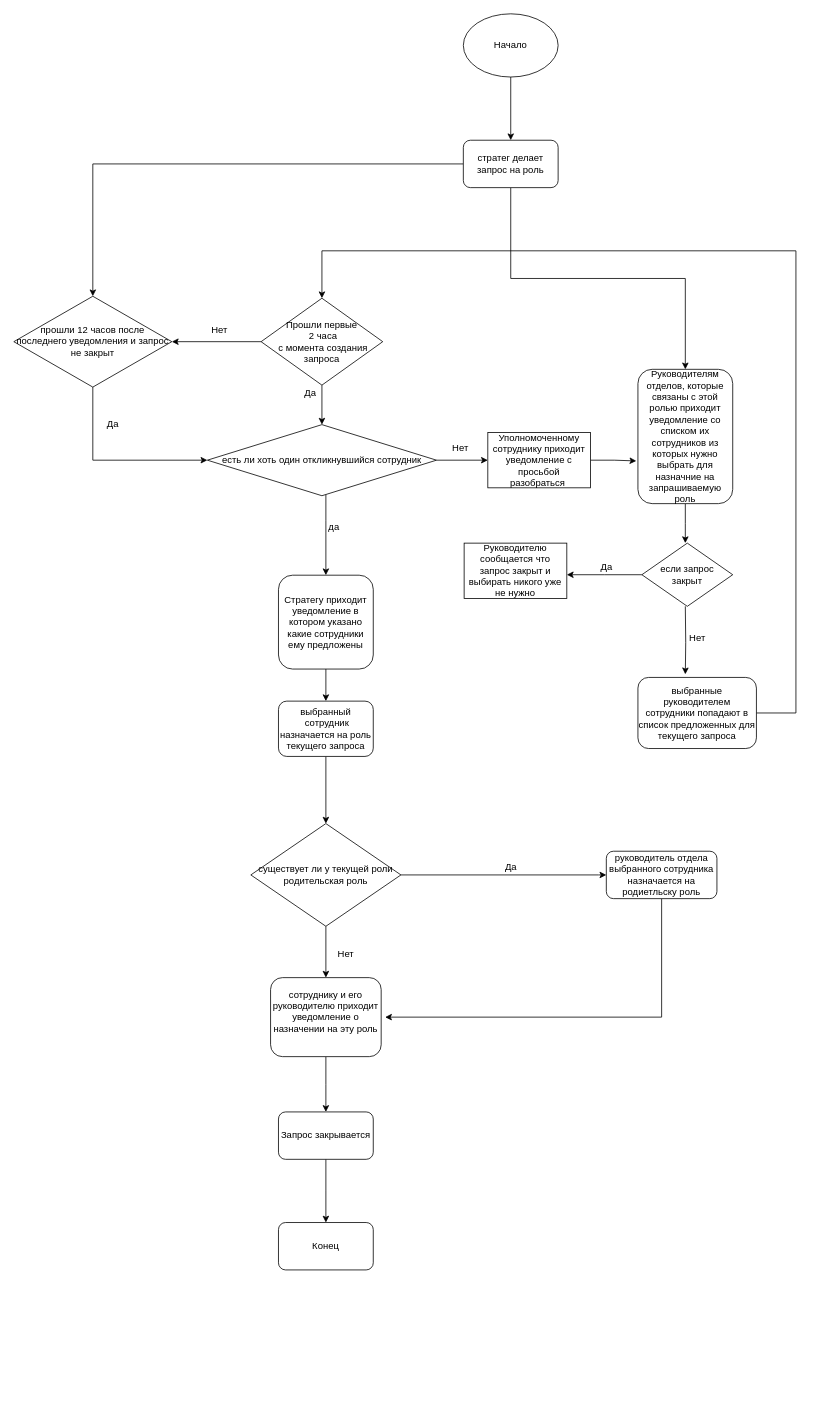
IvanSlyadnev/chat keeps this draw.io diagram as Role_requests.drawio. Above is the earlier version. Source tidied: cells renumbered, new cells numbered last; positions are measured from the earlier drawing's top-left corner, leaving out a move shared by most shapes. Both pictures are drawn from the tidied source at 79%, with x=0, y=0 at pixel (13, 13).
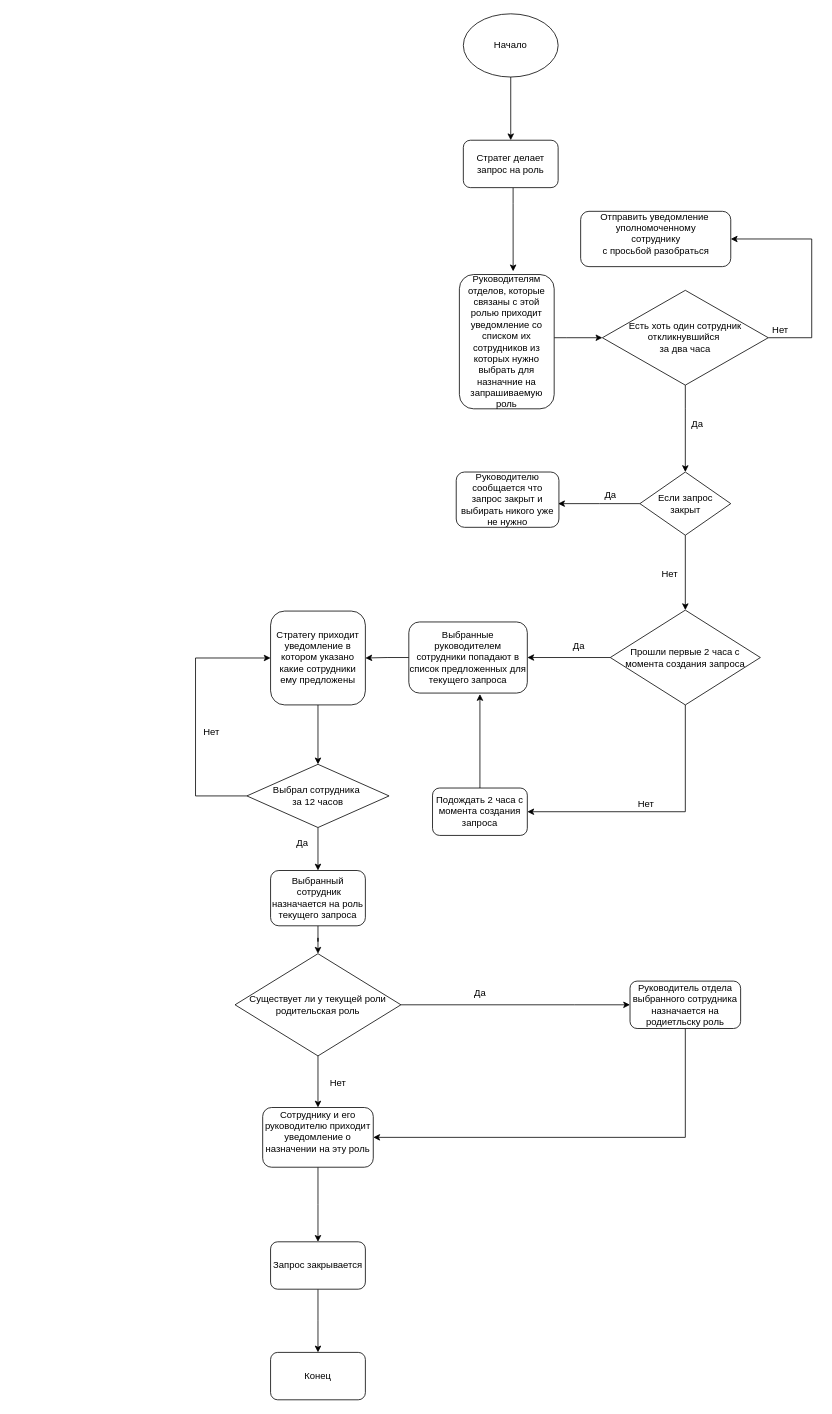
After the change.

Diff of the diagram source:
```diff
@@
-    <mxCell id="2" style="edgeStyle=orthogonalEdgeStyle;rounded=0;jettySize=auto;html=1;exitX=0.5;exitY=1;exitDx=0;exitDy=0;entryX=0.5;entryY=0;entryDx=0;entryDy=0;" parent="1" edge="1" source="4" target="6">
-      <mxGeometry relative="1" as="geometry" />
+    <mxCell id="2" style="edgeStyle=orthogonalEdgeStyle;rounded=0;jettySize=auto;html=1;entryX=0.567;entryY=-0.024;entryDx=0;entryDy=0;entryPerimeter=0;" parent="1" edge="1" source="4" target="6">
+      <mxGeometry relative="1" as="geometry">
+        <Array as="points">
+          <mxPoint x="632" y="240" />
+          <mxPoint x="632" y="240" />
+        </Array>
+      </mxGeometry>
     </mxCell>
-    <mxCell id="3" style="edgeStyle=orthogonalEdgeStyle;rounded=0;jettySize=auto;html=1;entryX=0.5;entryY=0;entryDx=0;entryDy=0;" parent="1" edge="1" source="4" target="31">
-      <mxGeometry relative="1" as="geometry" />
-    </mxCell>
-    <mxCell id="4" value="стратег делает запрос на роль" style="rounded=1;whiteSpace=wrap;html=1;" parent="1" vertex="1">
+    <mxCell id="4" value="Стратег делает запрос на роль" style="rounded=1;whiteSpace=wrap;html=1;" parent="1" vertex="1">
       <mxGeometry x="569" y="160" width="120" height="60" as="geometry" />
     </mxCell>
-    <mxCell id="5" style="edgeStyle=orthogonalEdgeStyle;rounded=0;jettySize=auto;html=1;" parent="1" edge="1" source="6">
-      <mxGeometry relative="1" as="geometry">
-        <mxPoint x="850" y="670" as="targetPoint" />
-      </mxGeometry>
-    </mxCell>
+    <mxCell id="48" style="edgeStyle=orthogonalEdgeStyle;rounded=0;jettySize=auto;html=1;entryX=0;entryY=0.5;entryDx=0;entryDy=0;" parent="1" edge="1" source="6" target="66">
+      <mxGeometry relative="1" as="geometry">
+        <Array as="points">
+          <mxPoint x="700" y="410" />
+          <mxPoint x="700" y="410" />
+        </Array>
+      </mxGeometry>
+    </mxCell>
     <mxCell id="6" value="Руководителям отделов, которые связаны с этой ролью приходит уведомление со списком их сотрудников из которых нужно выбрать для назначние на запрашиваемую роль" style="rounded=1;whiteSpace=wrap;html=1;" parent="1" vertex="1">
-      <mxGeometry x="790" y="450" width="120" height="170" as="geometry" />
+      <mxGeometry x="564" y="330" width="120" height="170" as="geometry" />
     </mxCell>
-    <mxCell id="7" style="edgeStyle=orthogonalEdgeStyle;rounded=0;jettySize=auto;html=1;" parent="1" edge="1" source="8" target="10">
-      <mxGeometry relative="1" as="geometry" />
-    </mxCell>
+    <mxCell id="49" style="edgeStyle=orthogonalEdgeStyle;rounded=0;jettySize=auto;html=1;exitX=0.5;exitY=1;exitDx=0;exitDy=0;entryX=0.5;entryY=0;entryDx=0;entryDy=0;" parent="1" edge="1" source="8" target="58">
+      <mxGeometry relative="1" as="geometry" />
+    </mxCell>
     <mxCell id="8" value="Стратегу приходит уведомление в котором указано какие сотрудники ему предложены" style="rounded=1;whiteSpace=wrap;html=1;" parent="1" vertex="1">
-      <mxGeometry x="335" y="710.6" width="120" height="118.8" as="geometry" />
+      <mxGeometry x="325" y="756" width="120" height="118.8" as="geometry" />
     </mxCell>
-    <mxCell id="9" style="edgeStyle=orthogonalEdgeStyle;rounded=0;jettySize=auto;html=1;" parent="1" edge="1" source="10" target="17">
+    <mxCell id="9" style="edgeStyle=orthogonalEdgeStyle;rounded=0;jettySize=auto;html=1;entryX=0.5;entryY=0;entryDx=0;entryDy=0;" parent="1" edge="1" source="10" target="17">
       <mxGeometry relative="1" as="geometry" />
     </mxCell>
-    <mxCell id="10" value="выбранный&lt;br&gt;&amp;nbsp;сотрудник назначается на роль текущего запроса" style="rounded=1;whiteSpace=wrap;html=1;" parent="1" vertex="1">
-      <mxGeometry x="335" y="870" width="120" height="70" as="geometry" />
+    <mxCell id="10" value="Выбранный&lt;br&gt;&amp;nbsp;сотрудник назначается на роль текущего запроса" style="rounded=1;whiteSpace=wrap;html=1;" parent="1" vertex="1">
+      <mxGeometry x="325" y="1084.4" width="120" height="70" as="geometry" />
     </mxCell>
     <mxCell id="11" style="edgeStyle=orthogonalEdgeStyle;rounded=0;jettySize=auto;html=1;" parent="1" edge="1" source="12">
       <mxGeometry relative="1" as="geometry">
-        <mxPoint x="395" y="1390" as="targetPoint" />
+        <mxPoint x="385" y="1554.4" as="targetPoint" />
       </mxGeometry>
     </mxCell>
-    <mxCell id="12" value="сотруднику и его руководителю приходит уведомление о назначении на эту роль&lt;br&gt;&amp;nbsp;" style="rounded=1;whiteSpace=wrap;html=1;" parent="1" vertex="1">
-      <mxGeometry x="325" y="1220" width="140" height="100" as="geometry" />
+    <mxCell id="12" value="Сотруднику и его руководителю приходит уведомление о назначении на эту роль&lt;br&gt;&amp;nbsp;" style="rounded=1;whiteSpace=wrap;html=1;" parent="1" vertex="1">
+      <mxGeometry x="315" y="1384.4" width="140" height="75.6" as="geometry" />
     </mxCell>
-    <mxCell id="13" style="edgeStyle=orthogonalEdgeStyle;rounded=0;jettySize=auto;html=1;" parent="1" edge="1" source="14">
+    <mxCell id="13" style="edgeStyle=orthogonalEdgeStyle;rounded=0;jettySize=auto;html=1;entryX=1;entryY=0.5;entryDx=0;entryDy=0;" parent="1" edge="1" source="14" target="12">
       <mxGeometry relative="1" as="geometry">
-        <mxPoint x="470" y="1270" as="targetPoint" />
         <Array as="points">
-          <mxPoint x="820" y="1270" />
+          <mxPoint x="850" y="1422" />
         </Array>
       </mxGeometry>
     </mxCell>
-    <mxCell id="14" value="руководитель отдела выбранного сотрудника назначается на родиетльску роль&lt;br&gt;" style="rounded=1;whiteSpace=wrap;html=1;" parent="1" vertex="1">
-      <mxGeometry x="750" y="1060" width="140" height="60" as="geometry" />
+    <mxCell id="14" value="Руководитель отдела выбранного сотрудника назначается на родиетльску роль" style="rounded=1;whiteSpace=wrap;html=1;" parent="1" vertex="1">
+      <mxGeometry x="780" y="1224.4" width="140" height="60" as="geometry" />
     </mxCell>
+    <mxCell id="16" style="edgeStyle=orthogonalEdgeStyle;rounded=0;jettySize=auto;html=1;entryX=0;entryY=0.5;entryDx=0;entryDy=0;" parent="1" edge="1" source="17" target="14">
+      <mxGeometry relative="1" as="geometry">
+        <Array as="points">
+          <mxPoint x="710" y="1254" />
+          <mxPoint x="710" y="1254" />
+        </Array>
+      </mxGeometry>
+    </mxCell>
@@
-    <mxCell id="16" style="edgeStyle=orthogonalEdgeStyle;rounded=0;jettySize=auto;html=1;" parent="1" edge="1" source="17">
-      <mxGeometry relative="1" as="geometry">
-        <mxPoint x="750" y="1090" as="targetPoint" />
-        <Array as="points">
-          <mxPoint x="740" y="1090" />
-        </Array>
-      </mxGeometry>
-    </mxCell>
-    <mxCell id="17" value="существует ли у текущей роли родительская роль&lt;br&gt;" style="rhombus;whiteSpace=wrap;html=1;" parent="1" vertex="1">
-      <mxGeometry x="300" y="1025" width="190" height="130" as="geometry" />
+    <mxCell id="17" value="Существует ли у текущей роли родительская роль" style="rhombus;whiteSpace=wrap;html=1;" parent="1" vertex="1">
+      <mxGeometry x="280" y="1189.7" width="210" height="129.4" as="geometry" />
     </mxCell>
-    <mxCell id="18" style="edgeStyle=orthogonalEdgeStyle;rounded=0;jettySize=auto;html=1;entryX=0.5;entryY=0;entryDx=0;entryDy=0;" parent="1" edge="1" source="19" target="41">
-      <mxGeometry relative="1" as="geometry">
-        <Array as="points">
-          <mxPoint x="990" y="885" />
-          <mxPoint x="990" y="300" />
-          <mxPoint x="390" y="300" />
-        </Array>
-      </mxGeometry>
-    </mxCell>
+    <mxCell id="50" style="edgeStyle=orthogonalEdgeStyle;rounded=0;jettySize=auto;html=1;entryX=1;entryY=0.5;entryDx=0;entryDy=0;" parent="1" edge="1" source="19" target="8">
+      <mxGeometry relative="1" as="geometry" />
+    </mxCell>
-    <mxCell id="19" value="выбранные руководителем сотрудники попадают в список предложенных для текущего запроса&lt;br&gt;" style="rounded=1;whiteSpace=wrap;html=1;" parent="1" vertex="1">
-      <mxGeometry x="790" y="840" width="150" height="90" as="geometry" />
+    <mxCell id="19" value="Выбранные руководителем сотрудники попадают в список предложенных для текущего запроса" style="rounded=1;whiteSpace=wrap;html=1;" parent="1" vertex="1">
+      <mxGeometry x="500" y="769.8" width="150" height="90" as="geometry" />
     </mxCell>
-    <mxCell id="20" style="edgeStyle=orthogonalEdgeStyle;rounded=0;jettySize=auto;html=1;entryX=0.5;entryY=0;entryDx=0;entryDy=0;" parent="1" edge="1" source="22" target="8">
-      <mxGeometry relative="1" as="geometry">
-        <Array as="points">
-          <mxPoint x="395" y="641" />
-        </Array>
-      </mxGeometry>
-    </mxCell>
-    <mxCell id="21" style="edgeStyle=orthogonalEdgeStyle;rounded=0;jettySize=auto;html=1;entryX=0;entryY=0.5;entryDx=0;entryDy=0;" parent="1" edge="1" source="22" target="27">
-      <mxGeometry relative="1" as="geometry" />
-    </mxCell>
-    <mxCell id="22" value="&lt;span&gt;есть ли хоть один откликнувшийся сотрудник&lt;/span&gt;" style="rhombus;whiteSpace=wrap;html=1;" parent="1" vertex="1">
-      <mxGeometry x="245" y="520" width="290" height="90" as="geometry" />
-    </mxCell>
-    <mxCell id="23" value="Да" style="text;html=1;align=center;verticalAlign=middle;strokeColor=none;fillColor=none;" parent="1" vertex="1">
-      <mxGeometry x="614" y="1070" width="30" height="20" as="geometry" />
-    </mxCell>
-    <mxCell id="24" value="да" style="text;html=1;align=center;verticalAlign=middle;strokeColor=none;fillColor=none;" parent="1" vertex="1">
-      <mxGeometry x="390" y="640" width="30" height="20" as="geometry" />
-    </mxCell>
-    <mxCell id="25" value="Нет" style="text;html=1;align=center;verticalAlign=middle;strokeColor=none;fillColor=none;" parent="1" vertex="1">
-      <mxGeometry x="545" y="540" width="40" height="20" as="geometry" />
-    </mxCell>
-    <mxCell id="26" style="edgeStyle=orthogonalEdgeStyle;rounded=0;jettySize=auto;html=1;entryX=-0.017;entryY=0.682;entryDx=0;entryDy=0;entryPerimeter=0;" parent="1" edge="1" source="27" target="6">
-      <mxGeometry relative="1" as="geometry" />
-    </mxCell>
-    <mxCell id="27" value="Уполномоченному сотруднику приходит уведомление с просьбой разобраться&amp;nbsp;" style="whiteSpace=wrap;html=1;" parent="1" vertex="1">
-      <mxGeometry x="600" y="530" width="130" height="70" as="geometry" />
-    </mxCell>
     <mxCell id="28" style="edgeStyle=orthogonalEdgeStyle;rounded=0;jettySize=auto;html=1;" parent="1" edge="1" source="29">
       <mxGeometry relative="1" as="geometry">
-        <mxPoint x="395" y="1530" as="targetPoint" />
+        <mxPoint x="385" y="1694.4" as="targetPoint" />
       </mxGeometry>
     </mxCell>
     <mxCell id="29" value="Запрос закрывается" style="rounded=1;whiteSpace=wrap;html=1;" parent="1" vertex="1">
-      <mxGeometry x="335" y="1390" width="120" height="60" as="geometry" />
+      <mxGeometry x="325" y="1554.4" width="120" height="60" as="geometry" />
     </mxCell>
-    <mxCell id="30" style="edgeStyle=orthogonalEdgeStyle;rounded=0;jettySize=auto;html=1;entryX=0;entryY=0.5;entryDx=0;entryDy=0;" parent="1" edge="1" source="31" target="22">
-      <mxGeometry relative="1" as="geometry">
-        <Array as="points">
-          <mxPoint x="100" y="565" />
-        </Array>
-      </mxGeometry>
-    </mxCell>
-    <mxCell id="31" value="прошли 12 часов после последнего уведомления и запрос не закрыт" style="rhombus;whiteSpace=wrap;html=1;" parent="1" vertex="1">
-      <mxGeometry y="357.5" width="200" height="115" as="geometry" />
-    </mxCell>
-    <mxCell id="32" value="Да" style="text;html=1;align=center;verticalAlign=middle;strokeColor=none;fillColor=none;" parent="1" vertex="1">
-      <mxGeometry x="110" y="510" width="30" height="20" as="geometry" />
-    </mxCell>
-    <mxCell id="33" style="edgeStyle=orthogonalEdgeStyle;rounded=0;jettySize=auto;html=1;entryX=0.4;entryY=-0.044;entryDx=0;entryDy=0;entryPerimeter=0;" parent="1" edge="1" target="19">
-      <mxGeometry relative="1" as="geometry">
-        <mxPoint x="850" y="750" as="sourcePoint" />
-      </mxGeometry>
-    </mxCell>
-    <mxCell id="34" style="edgeStyle=orthogonalEdgeStyle;rounded=0;jettySize=auto;html=1;" parent="1" edge="1" source="35">
+    <mxCell id="34" style="edgeStyle=orthogonalEdgeStyle;rounded=0;jettySize=auto;html=1;entryX=1;entryY=0.5;entryDx=0;entryDy=0;" parent="1" edge="1" source="35">
       <mxGeometry relative="1" as="geometry">
-        <mxPoint x="700" y="710" as="targetPoint" />
+        <mxPoint x="689" y="620" as="targetPoint" />
       </mxGeometry>
     </mxCell>
+    <mxCell id="51" style="edgeStyle=orthogonalEdgeStyle;rounded=0;jettySize=auto;html=1;exitX=0.5;exitY=1;exitDx=0;exitDy=0;entryX=0.5;entryY=0;entryDx=0;entryDy=0;" parent="1" edge="1" source="35" target="41">
+      <mxGeometry relative="1" as="geometry">
+        <Array as="points">
+          <mxPoint x="850" y="660" />
+        </Array>
+      </mxGeometry>
+    </mxCell>
-    <mxCell id="35" value="если запрос &lt;br&gt;закрыт" style="rhombus;whiteSpace=wrap;html=1;" parent="1" vertex="1">
-      <mxGeometry x="795" y="670" width="115" height="80" as="geometry" />
+    <mxCell id="35" value="Если запрос &lt;br&gt;закрыт" style="rhombus;whiteSpace=wrap;html=1;" parent="1" vertex="1">
+      <mxGeometry x="792.5" y="580" width="115" height="80" as="geometry" />
     </mxCell>
     <mxCell id="36" value="Нет" style="text;html=1;align=center;verticalAlign=middle;strokeColor=none;fillColor=none;" parent="1" vertex="1">
-      <mxGeometry x="845" y="780" width="40" height="20" as="geometry" />
+      <mxGeometry x="810" y="700" width="40" height="20" as="geometry" />
     </mxCell>
-    <mxCell id="37" value="Руководителю сообщается что запрос закрыт и выбирать никого уже не нужно&lt;br&gt;" style="whiteSpace=wrap;html=1;" parent="1" vertex="1">
-      <mxGeometry x="570" y="670" width="130" height="70" as="geometry" />
-    </mxCell>
     <mxCell id="38" value="Да" style="text;html=1;align=center;verticalAlign=middle;strokeColor=none;fillColor=none;" parent="1" vertex="1">
-      <mxGeometry x="735" y="690.6" width="30" height="20" as="geometry" />
+      <mxGeometry x="740" y="600" width="30" height="20" as="geometry" />
     </mxCell>
-    <mxCell id="39" style="edgeStyle=orthogonalEdgeStyle;rounded=0;jettySize=auto;html=1;entryX=0.5;entryY=0;entryDx=0;entryDy=0;" parent="1" edge="1" source="41" target="22">
-      <mxGeometry relative="1" as="geometry" />
-    </mxCell>
-    <mxCell id="40" style="edgeStyle=orthogonalEdgeStyle;rounded=0;jettySize=auto;html=1;entryX=1;entryY=0.5;entryDx=0;entryDy=0;" parent="1" edge="1" source="41" target="31">
-      <mxGeometry relative="1" as="geometry" />
-    </mxCell>
-    <mxCell id="41" value="Прошли первые&lt;br&gt;&amp;nbsp;2 часа&lt;br&gt;&amp;nbsp;с момента создания запроса" style="rhombus;whiteSpace=wrap;html=1;" parent="1" vertex="1">
-      <mxGeometry x="313" y="360" width="154" height="110" as="geometry" />
-    </mxCell>
-    <mxCell id="42" value="Да" style="text;html=1;align=center;verticalAlign=middle;strokeColor=none;fillColor=none;" parent="1" vertex="1">
-      <mxGeometry x="360" y="470" width="30" height="20" as="geometry" />
-    </mxCell>
     <mxCell id="43" value="Нет" style="text;html=1;align=center;verticalAlign=middle;strokeColor=none;fillColor=none;" parent="1" vertex="1">
-      <mxGeometry x="400" y="1180" width="40" height="20" as="geometry" />
+      <mxGeometry x="390" y="1344.4" width="40" height="20" as="geometry" />
     </mxCell>
-    <mxCell id="44" value="Нет" style="text;html=1;align=center;verticalAlign=middle;strokeColor=none;fillColor=none;" parent="1" vertex="1">
-      <mxGeometry x="240" y="390" width="40" height="20" as="geometry" />
-    </mxCell>
@@
     <mxCell id="47" value="Конец" style="rounded=1;whiteSpace=wrap;html=1;" parent="1" vertex="1">
-      <mxGeometry x="335" y="1530" width="120" height="60" as="geometry" />
+      <mxGeometry x="325" y="1694.4" width="120" height="60" as="geometry" />
     </mxCell>
+    <mxCell id="52" style="edgeStyle=orthogonalEdgeStyle;rounded=0;jettySize=auto;html=1;entryX=1;entryY=0.5;entryDx=0;entryDy=0;" parent="1" edge="1" source="41" target="19">
+      <mxGeometry relative="1" as="geometry" />
+    </mxCell>
+    <mxCell id="53" style="edgeStyle=orthogonalEdgeStyle;rounded=0;jettySize=auto;html=1;entryX=1;entryY=0.5;entryDx=0;entryDy=0;" parent="1" edge="1" source="41" target="63">
+      <mxGeometry relative="1" as="geometry">
+        <Array as="points">
+          <mxPoint x="850" y="1010" />
+        </Array>
+      </mxGeometry>
+    </mxCell>
+    <mxCell id="41" value="Прошли первые 2 часа с момента создания запроса" style="rhombus;whiteSpace=wrap;html=1;" parent="1" vertex="1">
+      <mxGeometry x="755" y="754.8" width="190" height="120" as="geometry" />
+    </mxCell>
+    <mxCell id="54" value="Да&lt;br&gt;" style="text;html=1;align=center;verticalAlign=middle;strokeColor=none;fillColor=none;" parent="1" vertex="1">
+      <mxGeometry x="700" y="790" width="30" height="20" as="geometry" />
+    </mxCell>
+    <mxCell id="55" value="Нет" style="text;html=1;align=center;verticalAlign=middle;strokeColor=none;fillColor=none;" parent="1" vertex="1">
+      <mxGeometry x="780" y="990" width="40" height="20" as="geometry" />
+    </mxCell>
+    <mxCell id="56" style="edgeStyle=orthogonalEdgeStyle;rounded=0;jettySize=auto;html=1;entryX=0.5;entryY=0;entryDx=0;entryDy=0;" parent="1" edge="1" source="58" target="10">
+      <mxGeometry relative="1" as="geometry" />
+    </mxCell>
+    <mxCell id="57" style="edgeStyle=orthogonalEdgeStyle;rounded=0;jettySize=auto;html=1;entryX=0;entryY=0.5;entryDx=0;entryDy=0;" parent="1" edge="1" source="58" target="8">
+      <mxGeometry relative="1" as="geometry">
+        <Array as="points">
+          <mxPoint x="230" y="990" />
+          <mxPoint x="230" y="815" />
+        </Array>
+      </mxGeometry>
+    </mxCell>
+    <mxCell id="58" value="Выбрал сотрудника&amp;nbsp;&lt;br&gt;за 12 часов" style="rhombus;whiteSpace=wrap;html=1;" parent="1" vertex="1">
+      <mxGeometry x="295" y="950" width="180" height="80" as="geometry" />
+    </mxCell>
+    <mxCell id="59" value="Да" style="text;html=1;align=center;verticalAlign=middle;strokeColor=none;fillColor=none;" parent="1" vertex="1">
+      <mxGeometry x="350" y="1040" width="30" height="20" as="geometry" />
+    </mxCell>
+    <mxCell id="60" value="Нет" style="text;html=1;align=center;verticalAlign=middle;strokeColor=none;fillColor=none;" parent="1" vertex="1">
+      <mxGeometry x="230" y="900" width="40" height="20" as="geometry" />
+    </mxCell>
+    <mxCell id="61" value="Да" style="text;html=1;align=center;verticalAlign=middle;strokeColor=none;fillColor=none;" parent="1" vertex="1">
+      <mxGeometry x="575" y="1230" width="30" height="20" as="geometry" />
+    </mxCell>
+    <mxCell id="62" style="edgeStyle=orthogonalEdgeStyle;rounded=0;jettySize=auto;html=1;entryX=0.6;entryY=1.014;entryDx=0;entryDy=0;entryPerimeter=0;" parent="1" edge="1" source="63" target="19">
+      <mxGeometry relative="1" as="geometry" />
+    </mxCell>
+    <mxCell id="63" value="Подождать 2 часа с момента создания запроса" style="rounded=1;whiteSpace=wrap;html=1;" parent="1" vertex="1">
+      <mxGeometry x="530" y="980" width="120" height="60" as="geometry" />
+    </mxCell>
+    <mxCell id="64" style="edgeStyle=orthogonalEdgeStyle;rounded=0;jettySize=auto;html=1;entryX=1;entryY=0.5;entryDx=0;entryDy=0;" parent="1" edge="1" source="66" target="69">
+      <mxGeometry relative="1" as="geometry">
+        <Array as="points">
+          <mxPoint x="1010" y="410" />
+          <mxPoint x="1010" y="285" />
+        </Array>
+      </mxGeometry>
+    </mxCell>
+    <mxCell id="65" style="edgeStyle=orthogonalEdgeStyle;rounded=0;jettySize=auto;html=1;entryX=0.5;entryY=0;entryDx=0;entryDy=0;" parent="1" edge="1" source="66" target="35">
+      <mxGeometry relative="1" as="geometry">
+        <Array as="points">
+          <mxPoint x="850" y="500" />
+          <mxPoint x="850" y="500" />
+        </Array>
+      </mxGeometry>
+    </mxCell>
+    <mxCell id="66" value="Есть хоть один сотрудник&lt;br&gt;откликнувшийся&amp;nbsp;&lt;br&gt;за два часа" style="rhombus;whiteSpace=wrap;html=1;" parent="1" vertex="1">
+      <mxGeometry x="745" y="350" width="210" height="120" as="geometry" />
+    </mxCell>
+    <mxCell id="67" value="Да" style="text;html=1;align=center;verticalAlign=middle;strokeColor=none;fillColor=none;" parent="1" vertex="1">
+      <mxGeometry x="850" y="510" width="30" height="20" as="geometry" />
+    </mxCell>
+    <mxCell id="68" value="Нет" style="text;html=1;align=center;verticalAlign=middle;strokeColor=none;fillColor=none;" parent="1" vertex="1">
+      <mxGeometry x="950" y="390" width="40" height="20" as="geometry" />
+    </mxCell>
+    <mxCell id="69" value="Отправить уведомление&amp;nbsp;&lt;br&gt;уполномоченному&lt;br&gt;сотруднику &lt;br&gt;с просьбой разобраться&lt;br&gt;&amp;nbsp;" style="rounded=1;whiteSpace=wrap;html=1;" parent="1" vertex="1">
+      <mxGeometry x="717.5" y="250" width="190" height="70" as="geometry" />
+    </mxCell>
+    <mxCell id="37" value="&lt;span&gt;Руководителю сообщается что запрос закрыт и выбирать никого уже не нужно&lt;/span&gt;" style="rounded=1;whiteSpace=wrap;html=1;" parent="1" vertex="1">
+      <mxGeometry x="560" y="580" width="130" height="70" as="geometry" />
+    </mxCell>
```
